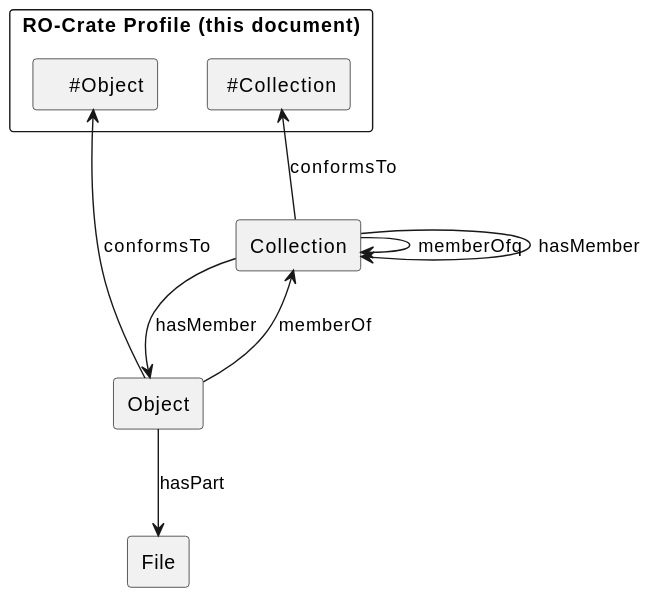
Before: profile/media/structure.svg, a diagram exported from PlantUML (Language-Research-Technology/ldac-profile).
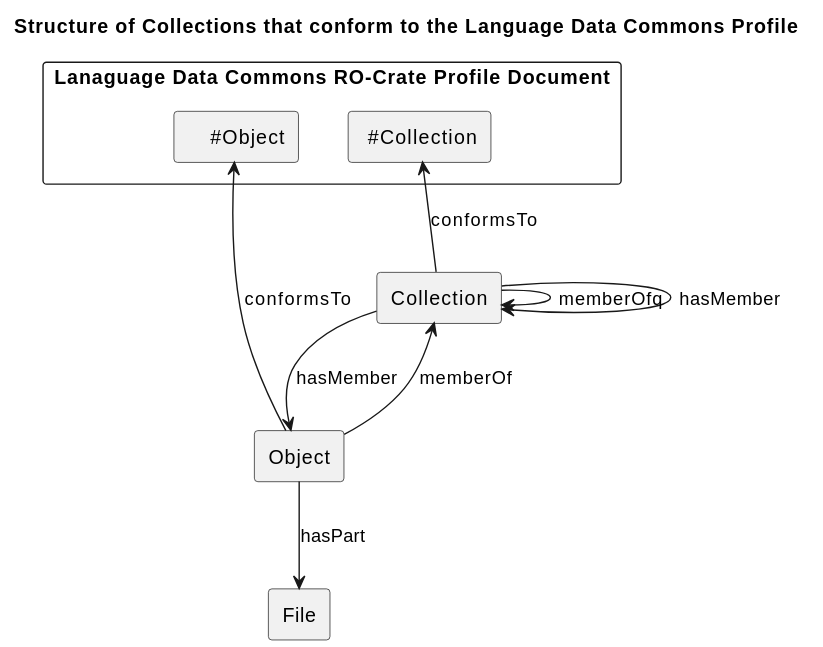
The same diagram one commit later.

Diff of the diagram source:
```diff
@@ -1,6 +1,7 @@
 @startuml
+title: Structure of Collections that conform to the Language Data Commons Profile
 
-rectangle "RO-Crate Profile (this document)" {
+rectangle "Lanaguage Data Commons RO-Crate Profile Document" {
 rectangle " #Collection" as procoll
 rectangle "    #Object" as proobj
 }
```
